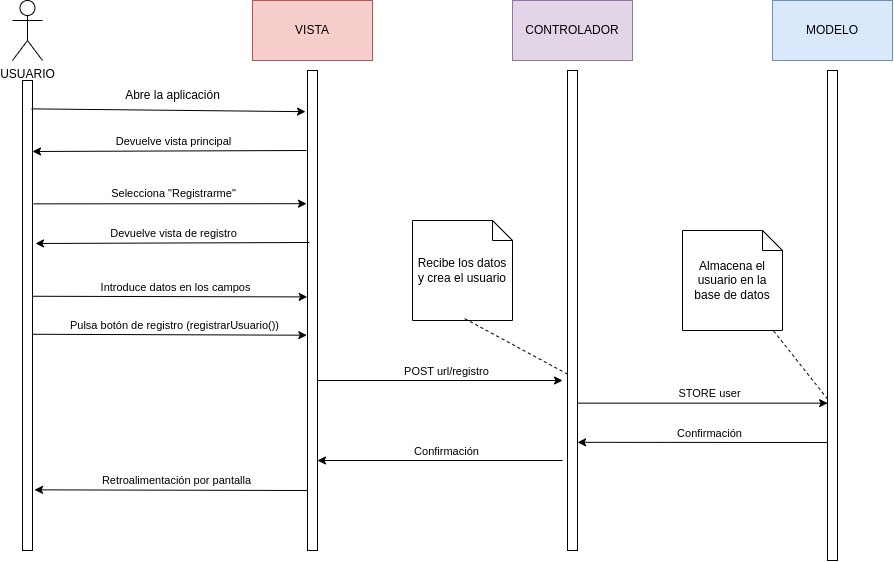
The draw.io diagram Memoria/imagenes/c6/diagramadesecuencia.png in SergioHrvas/MeloudyAppTFG, before a commit. Source tidied: cells renumbered, new cells last; positions are measured from the earlier drawing's top-left corner, leaving out a move shared by most shapes. Source of this version:
```xml
<mxGraphModel>
  <root>
    <mxCell id="0" />
    <mxCell id="1" parent="0" />
    <mxCell id="2" value="VISTA" style="rounded=0;whiteSpace=wrap;html=1;fillColor=#f8cecc;strokeColor=#b85450;" parent="1" vertex="1">
      <mxGeometry x="240" width="120" height="60" as="geometry" />
    </mxCell>
    <mxCell id="3" value="CONTROLADOR" style="rounded=0;whiteSpace=wrap;html=1;fillColor=#e1d5e7;strokeColor=#9673a6;" parent="1" vertex="1">
      <mxGeometry x="500" width="120" height="60" as="geometry" />
    </mxCell>
    <mxCell id="4" value="MODELO" style="rounded=0;whiteSpace=wrap;html=1;fillColor=#dae8fc;strokeColor=#6c8ebf;" parent="1" vertex="1">
      <mxGeometry x="760" width="120" height="60" as="geometry" />
    </mxCell>
    <mxCell id="5" value="USUARIO" style="shape=umlActor;verticalLabelPosition=bottom;verticalAlign=top;html=1;" parent="1" vertex="1">
      <mxGeometry width="30" height="60" as="geometry" />
    </mxCell>
    <mxCell id="6" style="rounded=0;whiteSpace=wrap;html=1;" parent="1" vertex="1">
      <mxGeometry x="10" y="80" width="10" height="470" as="geometry" />
    </mxCell>
    <mxCell id="7" style="rounded=0;whiteSpace=wrap;html=1;" parent="1" vertex="1">
      <mxGeometry x="295" y="70" width="10" height="480" as="geometry" />
    </mxCell>
    <mxCell id="8" style="rounded=0;whiteSpace=wrap;html=1;" parent="1" vertex="1">
      <mxGeometry x="555" y="70" width="10" height="480" as="geometry" />
    </mxCell>
    <mxCell id="9" style="rounded=0;whiteSpace=wrap;html=1;" parent="1" vertex="1">
      <mxGeometry x="815" y="70" width="10" height="490" as="geometry" />
    </mxCell>
    <mxCell id="10" style="endArrow=classic;html=1;rounded=0;exitX=0.9;exitY=0.038;exitDx=0;exitDy=0;exitPerimeter=0;entryX=-0.2;entryY=0.049;entryDx=0;entryDy=0;entryPerimeter=0;" parent="1" edge="1">
      <mxGeometry relative="1" as="geometry">
        <mxPoint x="19" y="108.4" as="sourcePoint" />
        <mxPoint x="293" y="111.2" as="targetPoint" />
      </mxGeometry>
    </mxCell>
    <mxCell id="11" value="Abre la aplicación" style="text;html=1;align=center;verticalAlign=middle;strokeColor=none;fillColor=none;" parent="1" vertex="1">
      <mxGeometry x="100" y="80" width="120" height="30" as="geometry" />
    </mxCell>
    <mxCell id="12" style="endArrow=none;html=1;rounded=0;exitX=0.9;exitY=0.038;exitDx=0;exitDy=0;exitPerimeter=0;entryX=-0.2;entryY=0.049;entryDx=0;entryDy=0;entryPerimeter=0;startArrow=classic;startFill=1;endFill=0;" parent="1" edge="1">
      <mxGeometry relative="1" as="geometry">
        <mxPoint x="20" y="151" as="sourcePoint" />
        <mxPoint x="294" y="150" as="targetPoint" />
      </mxGeometry>
    </mxCell>
    <mxCell id="13" value="Devuelve vista principal" style="edgeLabel;html=1;align=center;verticalAlign=middle;" parent="12" vertex="1">
      <mxGeometry x="0.15" y="3" relative="1" as="geometry">
        <mxPoint x="-17" y="-7" as="offset" />
      </mxGeometry>
    </mxCell>
    <mxCell id="14" style="endArrow=classic;html=1;rounded=0;exitX=1.1;exitY=0.148;exitDx=0;exitDy=0;exitPerimeter=0;entryX=-0.1;entryY=0.16;entryDx=0;entryDy=0;entryPerimeter=0;" parent="1" edge="1">
      <mxGeometry relative="1" as="geometry">
        <mxPoint x="21" y="203.4" as="sourcePoint" />
        <mxPoint x="294" y="203.2" as="targetPoint" />
      </mxGeometry>
    </mxCell>
    <mxCell id="15" value="Selecciona &quot;Registrarme&quot;" style="edgeLabel;html=1;align=center;verticalAlign=middle;" parent="14" vertex="1">
      <mxGeometry x="0.25" y="-2" relative="1" as="geometry">
        <mxPoint x="-32" y="-13" as="offset" />
      </mxGeometry>
    </mxCell>
    <mxCell id="16" value="Devuelve vista de registro" style="edgeLabel;html=1;align=center;verticalAlign=middle;" parent="1" vertex="1">
      <mxGeometry x="160" y="232" as="geometry" />
    </mxCell>
    <mxCell id="17" style="endArrow=none;html=1;rounded=0;exitX=0.9;exitY=0.038;exitDx=0;exitDy=0;exitPerimeter=0;entryX=-0.2;entryY=0.049;entryDx=0;entryDy=0;entryPerimeter=0;startArrow=classic;startFill=1;endFill=0;" parent="1" edge="1">
      <mxGeometry relative="1" as="geometry">
        <mxPoint x="23" y="243" as="sourcePoint" />
        <mxPoint x="297" y="242" as="targetPoint" />
      </mxGeometry>
    </mxCell>
    <mxCell id="18" style="endArrow=classic;html=1;rounded=0;exitX=1;exitY=0.268;exitDx=0;exitDy=0;exitPerimeter=0;entryX=-0.033;entryY=0.281;entryDx=0;entryDy=0;entryPerimeter=0;" parent="1" edge="1">
      <mxGeometry relative="1" as="geometry">
        <mxPoint x="20" y="295.8" as="sourcePoint" />
        <mxPoint x="294.7" y="296.4" as="targetPoint" />
      </mxGeometry>
    </mxCell>
    <mxCell id="19" value="Introduce datos en los campos" style="edgeLabel;html=1;align=center;verticalAlign=middle;" parent="18" vertex="1">
      <mxGeometry x="-0.09" y="-3" relative="1" as="geometry">
        <mxPoint x="17" y="-13" as="offset" />
      </mxGeometry>
    </mxCell>
    <mxCell id="20" style="endArrow=classic;html=1;rounded=0;exitX=1;exitY=0.268;exitDx=0;exitDy=0;exitPerimeter=0;entryX=-0.067;entryY=0.335;entryDx=0;entryDy=0;entryPerimeter=0;" parent="1" edge="1">
      <mxGeometry relative="1" as="geometry">
        <mxPoint x="20" y="333.8" as="sourcePoint" />
        <mxPoint x="294.3" y="334.7" as="targetPoint" />
      </mxGeometry>
    </mxCell>
    <mxCell id="21" value="Pulsa botón de registro (registrarUsuario())" style="edgeLabel;html=1;align=center;verticalAlign=middle;" parent="20" vertex="1">
      <mxGeometry x="-0.09" y="-3" relative="1" as="geometry">
        <mxPoint x="17" y="-13" as="offset" />
      </mxGeometry>
    </mxCell>
    <mxCell id="22" style="endArrow=classic;html=1;rounded=0;" parent="1" edge="1">
      <mxGeometry relative="1" as="geometry">
        <mxPoint x="305" y="380" as="sourcePoint" />
        <mxPoint x="550" y="380" as="targetPoint" />
      </mxGeometry>
    </mxCell>
    <mxCell id="23" value="POST url/registro" style="edgeLabel;html=1;align=center;verticalAlign=middle;" parent="22" vertex="1">
      <mxGeometry x="-0.09" y="-3" relative="1" as="geometry">
        <mxPoint x="17" y="-13" as="offset" />
      </mxGeometry>
    </mxCell>
    <mxCell id="24" style="endArrow=classic;html=1;rounded=0;entryX=0.014;entryY=0.402;entryDx=0;entryDy=0;entryPerimeter=0;exitX=1.04;exitY=0.402;exitDx=0;exitDy=0;exitPerimeter=0;" parent="1" edge="1">
      <mxGeometry relative="1" as="geometry">
        <mxPoint x="565.4" y="402.6" as="sourcePoint" />
        <mxPoint x="815.1" y="402.6" as="targetPoint" />
      </mxGeometry>
    </mxCell>
    <mxCell id="25" value="STORE user" style="edgeLabel;html=1;align=center;verticalAlign=middle;" parent="24" vertex="1">
      <mxGeometry x="-0.09" y="-3" relative="1" as="geometry">
        <mxPoint x="17" y="-13" as="offset" />
      </mxGeometry>
    </mxCell>
    <mxCell id="26" style="endArrow=none;html=1;rounded=0;entryX=0.014;entryY=0.402;entryDx=0;entryDy=0;entryPerimeter=0;exitX=1.008;exitY=0.451;exitDx=0;exitDy=0;exitPerimeter=0;startArrow=classic;startFill=1;endFill=0;" parent="1" edge="1">
      <mxGeometry relative="1" as="geometry">
        <mxPoint x="565.1" y="441.8" as="sourcePoint" />
        <mxPoint x="815" y="442" as="targetPoint" />
      </mxGeometry>
    </mxCell>
    <mxCell id="27" value="Confirmación" style="edgeLabel;html=1;align=center;verticalAlign=middle;" parent="26" vertex="1">
      <mxGeometry x="-0.09" y="-3" relative="1" as="geometry">
        <mxPoint x="17" y="-13" as="offset" />
      </mxGeometry>
    </mxCell>
    <mxCell id="28" value="Recibe los datos y crea el usuario" style="shape=note;size=20;whiteSpace=wrap;html=1;" parent="1" vertex="1">
      <mxGeometry x="400" y="220" width="100" height="100" as="geometry" />
    </mxCell>
    <mxCell id="29" style="endArrow=none;dashed=1;html=1;rounded=0;exitX=0.014;exitY=0.374;exitDx=0;exitDy=0;exitPerimeter=0;" parent="1" edge="1">
      <mxGeometry relative="1" as="geometry">
        <mxPoint x="555.1" y="373.7" as="sourcePoint" />
        <mxPoint x="450" y="317" as="targetPoint" />
      </mxGeometry>
    </mxCell>
    <mxCell id="30" value="Almacena el usuario en la base de datos" style="shape=note;size=20;whiteSpace=wrap;html=1;" parent="1" vertex="1">
      <mxGeometry x="670" y="230" width="100" height="100" as="geometry" />
    </mxCell>
    <mxCell id="31" style="endArrow=none;dashed=1;html=1;rounded=0;exitX=0.014;exitY=0.402;exitDx=0;exitDy=0;exitPerimeter=0;" parent="1" edge="1">
      <mxGeometry relative="1" as="geometry">
        <mxPoint x="815.1" y="398.6" as="sourcePoint" />
        <mxPoint x="760" y="329" as="targetPoint" />
      </mxGeometry>
    </mxCell>
    <mxCell id="32" style="endArrow=none;html=1;rounded=0;startArrow=classic;startFill=1;endFill=0;" parent="1" edge="1">
      <mxGeometry relative="1" as="geometry">
        <mxPoint x="305" y="460" as="sourcePoint" />
        <mxPoint x="550" y="460" as="targetPoint" />
      </mxGeometry>
    </mxCell>
    <mxCell id="33" value="Confirmación" style="edgeLabel;html=1;align=center;verticalAlign=middle;" parent="32" vertex="1">
      <mxGeometry x="-0.09" y="-3" relative="1" as="geometry">
        <mxPoint x="17" y="-13" as="offset" />
      </mxGeometry>
    </mxCell>
    <mxCell id="34" style="endArrow=none;html=1;rounded=0;startArrow=classic;startFill=1;endFill=0;exitX=1.2;exitY=0.487;exitDx=0;exitDy=0;exitPerimeter=0;entryX=0;entryY=0.5;entryDx=0;entryDy=0;" parent="1" edge="1">
      <mxGeometry relative="1" as="geometry">
        <mxPoint x="22" y="489.3" as="sourcePoint" />
        <mxPoint x="295" y="490" as="targetPoint" />
      </mxGeometry>
    </mxCell>
    <mxCell id="35" value="Retroalimentación por pantalla" style="edgeLabel;html=1;align=center;verticalAlign=middle;" parent="34" vertex="1">
      <mxGeometry x="-0.09" y="-3" relative="1" as="geometry">
        <mxPoint x="17" y="-13" as="offset" />
      </mxGeometry>
    </mxCell>
  </root>
</mxGraphModel>
```
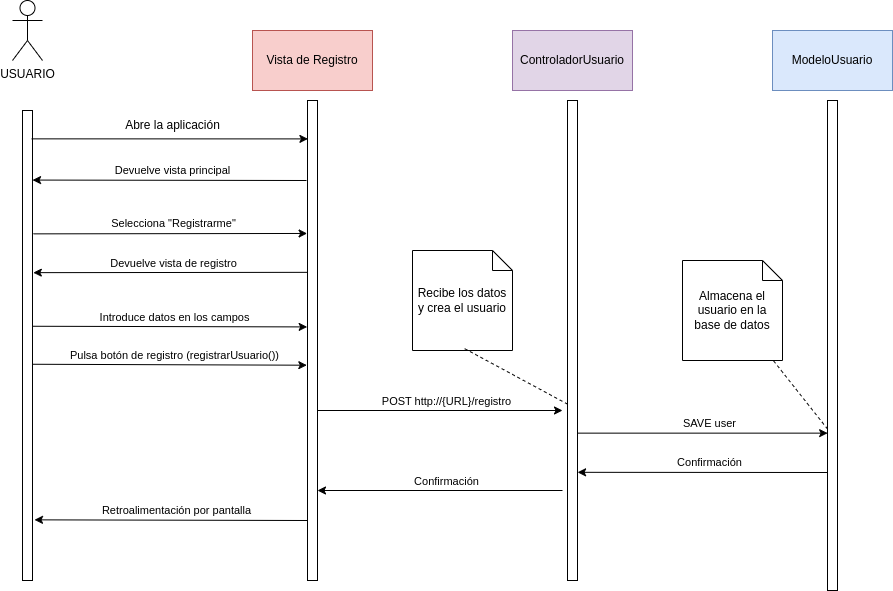
Later version of the same file.

What changed in the source:
```diff
@@ -2,17 +2,17 @@
   <root>
     <mxCell id="0" />
     <mxCell id="1" parent="0" />
-    <mxCell id="2" value="VISTA" style="rounded=0;whiteSpace=wrap;html=1;fillColor=#f8cecc;strokeColor=#b85450;" parent="1" vertex="1">
+    <mxCell id="2" value="Vista de Registro" style="rounded=0;whiteSpace=wrap;html=1;fillColor=#f8cecc;strokeColor=#b85450;" parent="1" vertex="1">
       <mxGeometry x="240" width="120" height="60" as="geometry" />
     </mxCell>
-    <mxCell id="3" value="CONTROLADOR" style="rounded=0;whiteSpace=wrap;html=1;fillColor=#e1d5e7;strokeColor=#9673a6;" parent="1" vertex="1">
+    <mxCell id="3" value="ControladorUsuario" style="rounded=0;whiteSpace=wrap;html=1;fillColor=#e1d5e7;strokeColor=#9673a6;" parent="1" vertex="1">
       <mxGeometry x="500" width="120" height="60" as="geometry" />
     </mxCell>
-    <mxCell id="4" value="MODELO" style="rounded=0;whiteSpace=wrap;html=1;fillColor=#dae8fc;strokeColor=#6c8ebf;" parent="1" vertex="1">
+    <mxCell id="4" value="ModeloUsuario" style="rounded=0;whiteSpace=wrap;html=1;fillColor=#dae8fc;strokeColor=#6c8ebf;" parent="1" vertex="1">
       <mxGeometry x="760" width="120" height="60" as="geometry" />
     </mxCell>
     <mxCell id="5" value="USUARIO" style="shape=umlActor;verticalLabelPosition=bottom;verticalAlign=top;html=1;" parent="1" vertex="1">
-      <mxGeometry width="30" height="60" as="geometry" />
+      <mxGeometry y="-30" width="30" height="60" as="geometry" />
     </mxCell>
     <mxCell id="6" style="rounded=0;whiteSpace=wrap;html=1;" parent="1" vertex="1">
       <mxGeometry x="10" y="80" width="10" height="470" as="geometry" />
@@ -26,18 +26,16 @@
     <mxCell id="9" style="rounded=0;whiteSpace=wrap;html=1;" parent="1" vertex="1">
       <mxGeometry x="815" y="70" width="10" height="490" as="geometry" />
     </mxCell>
-    <mxCell id="10" style="endArrow=classic;html=1;rounded=0;exitX=0.9;exitY=0.038;exitDx=0;exitDy=0;exitPerimeter=0;entryX=-0.2;entryY=0.049;entryDx=0;entryDy=0;entryPerimeter=0;" parent="1" edge="1">
+    <mxCell id="10" style="endArrow=classic;html=1;rounded=0;exitX=0.9;exitY=0.038;exitDx=0;exitDy=0;exitPerimeter=0;entryX=0.042;entryY=0.08;entryDx=0;entryDy=0;entryPerimeter=0;" parent="1" edge="1" target="7">
       <mxGeometry relative="1" as="geometry">
         <mxPoint x="19" y="108.4" as="sourcePoint" />
-        <mxPoint x="293" y="111.2" as="targetPoint" />
       </mxGeometry>
     </mxCell>
     <mxCell id="11" value="Abre la aplicación" style="text;html=1;align=center;verticalAlign=middle;strokeColor=none;fillColor=none;" parent="1" vertex="1">
       <mxGeometry x="100" y="80" width="120" height="30" as="geometry" />
     </mxCell>
-    <mxCell id="12" style="endArrow=none;html=1;rounded=0;exitX=0.9;exitY=0.038;exitDx=0;exitDy=0;exitPerimeter=0;entryX=-0.2;entryY=0.049;entryDx=0;entryDy=0;entryPerimeter=0;startArrow=classic;startFill=1;endFill=0;" parent="1" edge="1">
+    <mxCell id="12" style="endArrow=none;html=1;rounded=0;exitX=1.004;exitY=0.148;exitDx=0;exitDy=0;exitPerimeter=0;entryX=-0.2;entryY=0.049;entryDx=0;entryDy=0;entryPerimeter=0;startArrow=classic;startFill=1;endFill=0;" parent="1" edge="1" source="6">
       <mxGeometry relative="1" as="geometry">
-        <mxPoint x="20" y="151" as="sourcePoint" />
         <mxPoint x="294" y="150" as="targetPoint" />
       </mxGeometry>
     </mxCell>
@@ -46,10 +44,9 @@
         <mxPoint x="-17" y="-7" as="offset" />
       </mxGeometry>
     </mxCell>
-    <mxCell id="14" style="endArrow=classic;html=1;rounded=0;exitX=1.1;exitY=0.148;exitDx=0;exitDy=0;exitPerimeter=0;entryX=-0.1;entryY=0.16;entryDx=0;entryDy=0;entryPerimeter=0;" parent="1" edge="1">
+    <mxCell id="14" style="endArrow=classic;html=1;rounded=0;exitX=1.1;exitY=0.148;exitDx=0;exitDy=0;exitPerimeter=0;entryX=-0.038;entryY=0.277;entryDx=0;entryDy=0;entryPerimeter=0;" parent="1" edge="1" target="7">
       <mxGeometry relative="1" as="geometry">
         <mxPoint x="21" y="203.4" as="sourcePoint" />
-        <mxPoint x="294" y="203.2" as="targetPoint" />
       </mxGeometry>
     </mxCell>
     <mxCell id="15" value="Selecciona &quot;Registrarme&quot;" style="edgeLabel;html=1;align=center;verticalAlign=middle;" parent="14" vertex="1">
@@ -60,11 +57,8 @@
     <mxCell id="16" value="Devuelve vista de registro" style="edgeLabel;html=1;align=center;verticalAlign=middle;" parent="1" vertex="1">
       <mxGeometry x="160" y="232" as="geometry" />
     </mxCell>
-    <mxCell id="17" style="endArrow=none;html=1;rounded=0;exitX=0.9;exitY=0.038;exitDx=0;exitDy=0;exitPerimeter=0;entryX=-0.2;entryY=0.049;entryDx=0;entryDy=0;entryPerimeter=0;startArrow=classic;startFill=1;endFill=0;" parent="1" edge="1">
-      <mxGeometry relative="1" as="geometry">
-        <mxPoint x="23" y="243" as="sourcePoint" />
-        <mxPoint x="297" y="242" as="targetPoint" />
-      </mxGeometry>
+    <mxCell id="17" style="endArrow=none;html=1;rounded=0;exitX=1.08;exitY=0.345;exitDx=0;exitDy=0;exitPerimeter=0;entryX=-0.024;entryY=0.358;entryDx=0;entryDy=0;entryPerimeter=0;startArrow=classic;startFill=1;endFill=0;" parent="1" edge="1" source="6" target="7">
+      <mxGeometry relative="1" as="geometry" />
     </mxCell>
     <mxCell id="18" style="endArrow=classic;html=1;rounded=0;exitX=1;exitY=0.268;exitDx=0;exitDy=0;exitPerimeter=0;entryX=-0.033;entryY=0.281;entryDx=0;entryDy=0;entryPerimeter=0;" parent="1" edge="1">
       <mxGeometry relative="1" as="geometry">
@@ -94,7 +88,7 @@
         <mxPoint x="550" y="380" as="targetPoint" />
       </mxGeometry>
     </mxCell>
-    <mxCell id="23" value="POST url/registro" style="edgeLabel;html=1;align=center;verticalAlign=middle;" parent="22" vertex="1">
+    <mxCell id="23" value="POST http://{URL}/registro" style="edgeLabel;html=1;align=center;verticalAlign=middle;" parent="22" vertex="1">
       <mxGeometry x="-0.09" y="-3" relative="1" as="geometry">
         <mxPoint x="17" y="-13" as="offset" />
       </mxGeometry>
@@ -105,7 +99,7 @@
         <mxPoint x="815.1" y="402.6" as="targetPoint" />
       </mxGeometry>
     </mxCell>
-    <mxCell id="25" value="STORE user" style="edgeLabel;html=1;align=center;verticalAlign=middle;" parent="24" vertex="1">
+    <mxCell id="25" value="SAVE user" style="edgeLabel;html=1;align=center;verticalAlign=middle;" parent="24" vertex="1">
       <mxGeometry x="-0.09" y="-3" relative="1" as="geometry">
         <mxPoint x="17" y="-13" as="offset" />
       </mxGeometry>
```
